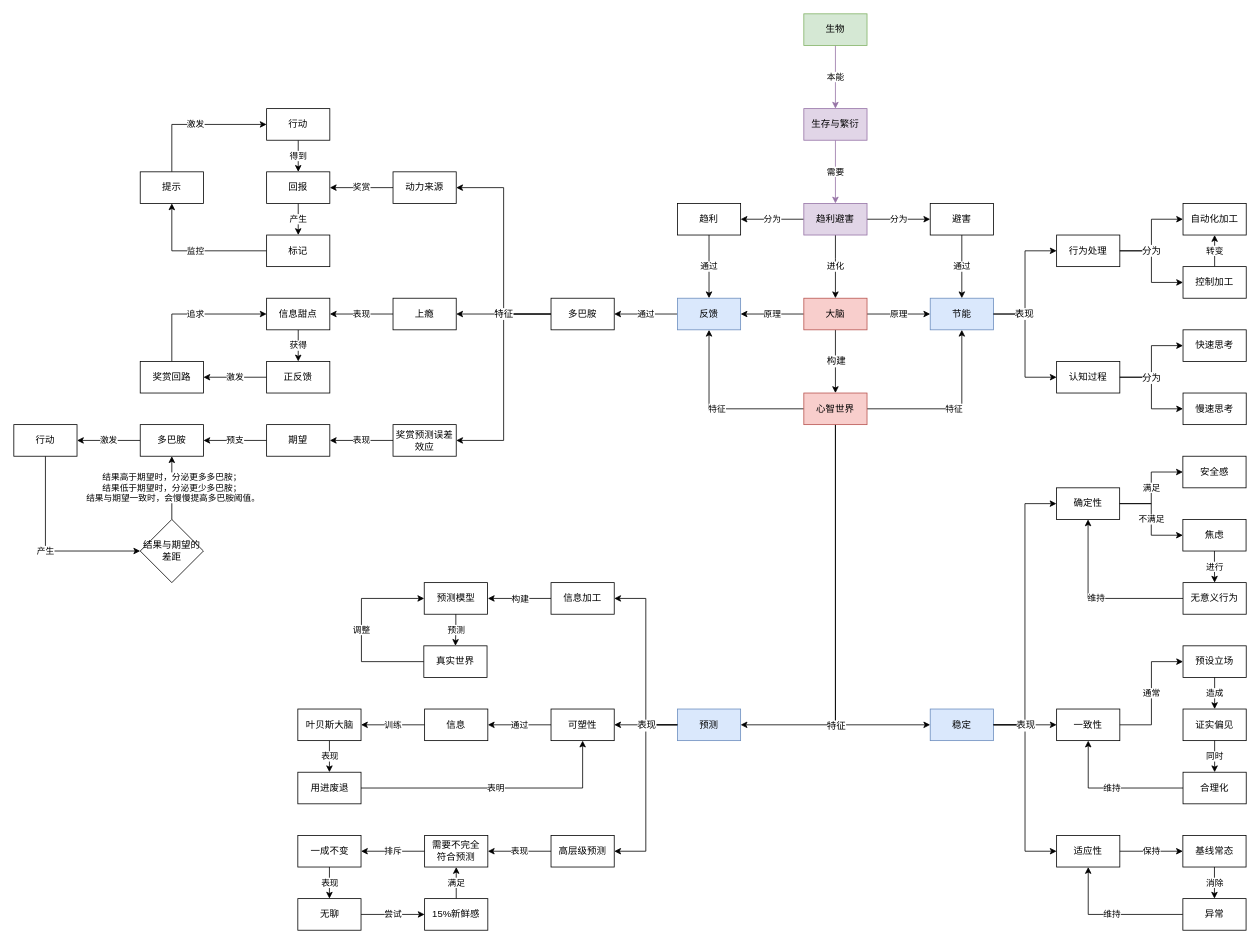
Earlier version of the draw.io diagram 大脑底层原理.drawio (youyusan/open_mind). Source tidied: cells renumbered, new cells numbered last; positions are measured from the earlier drawing's top-left corner, leaving out a move shared by most shapes. Both pictures are drawn from the tidied source at 79%, with x=0, y=0 at pixel (13, 13).
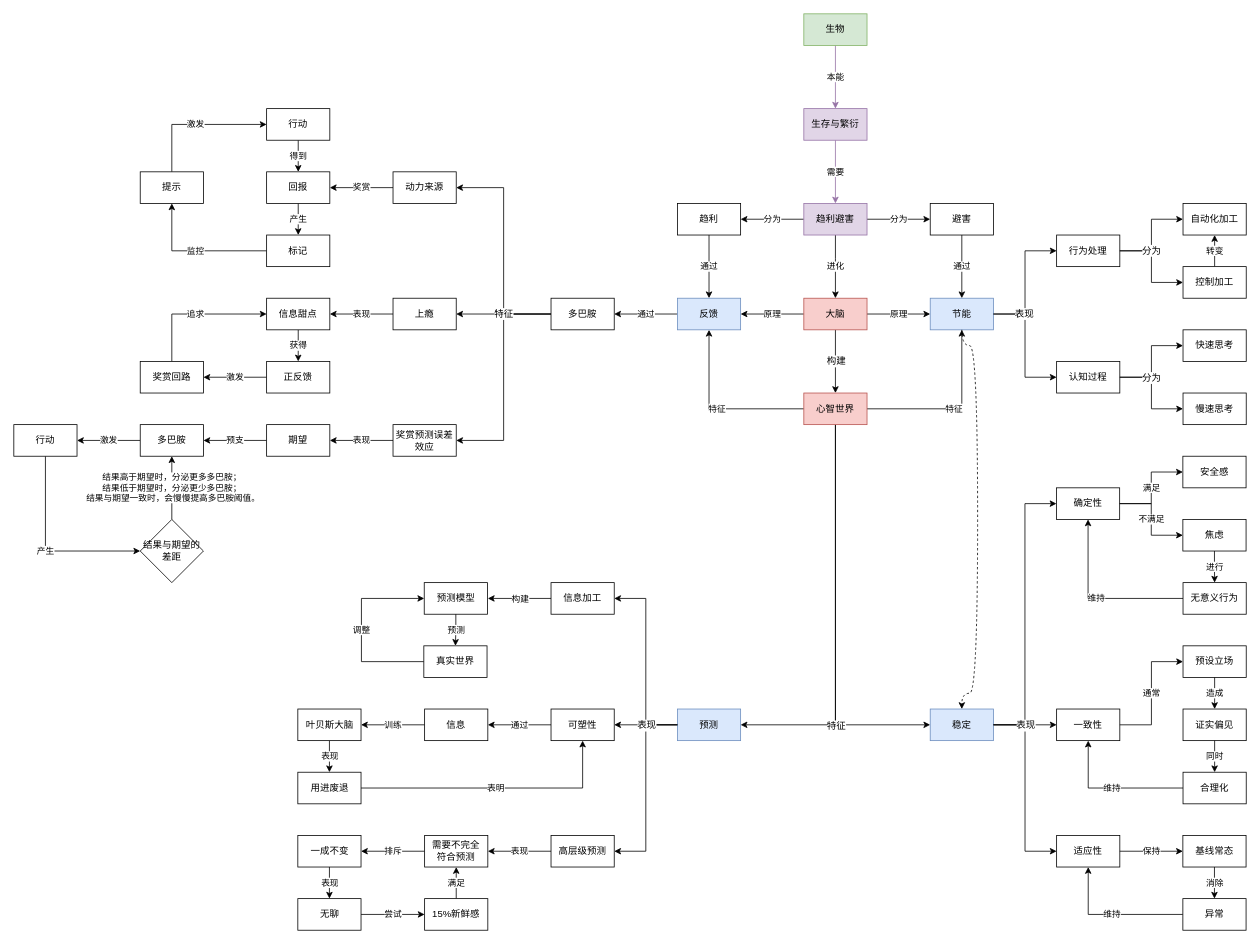
The same page after the edit.

Commit message:
更新大脑底层原理.drawio

Unchanged cells that the change refers to:
```xml
<mxCell id="28" value="节能" style="rounded=0;whiteSpace=wrap;html=1;fillColor=#dae8fc;strokeColor=#6c8ebf;" parent="27" vertex="1">
  <mxGeometry y="120" width="80" height="40" as="geometry" />
</mxCell>
<mxCell id="78" value="稳定" style="rounded=0;whiteSpace=wrap;html=1;fillColor=#dae8fc;strokeColor=#6c8ebf;" parent="1" vertex="1">
  <mxGeometry x="1160" y="880" width="80" height="40" as="geometry" />
</mxCell>
```

The edit, as a diff of the source:
```diff
@@
+    <mxCell id="134" style="edgeStyle=orthogonalEdgeStyle;rounded=0;jettySize=auto;html=1;entryX=0.5;entryY=0;entryDx=0;entryDy=0;curved=1;dashed=1;exitX=0.5;exitY=1;exitDx=0;exitDy=0;" parent="1" edge="1" source="28" target="78">
+      <mxGeometry relative="1" as="geometry">
+        <Array as="points">
+          <mxPoint x="1200" y="420" />
+          <mxPoint x="1220" y="420" />
+          <mxPoint x="1220" y="860" />
+          <mxPoint x="1200" y="860" />
+        </Array>
+      </mxGeometry>
+    </mxCell>
```
